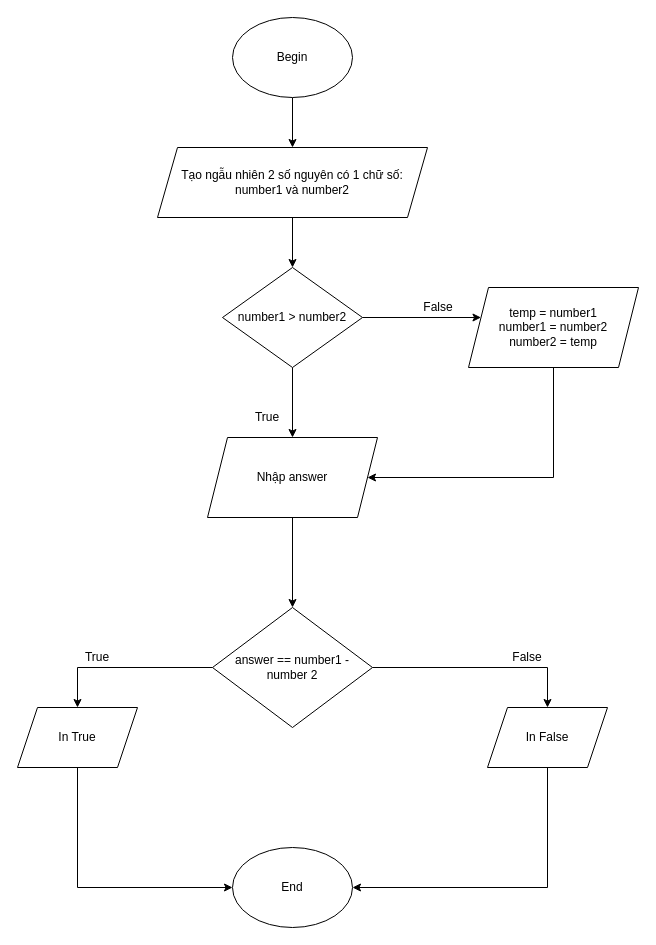
Before: BaiTap/src/SubtractionQuiz.drawio in lcnguyn23/JAVA_CoBan, a draw.io diagram. Source tidied: cells renumbered, new cells numbered last; positions are measured from the earlier drawing's top-left corner, leaving out a move shared by most shapes. Both pictures are drawn from the tidied source at 100%, with x=0, y=0 at pixel (17, 17).
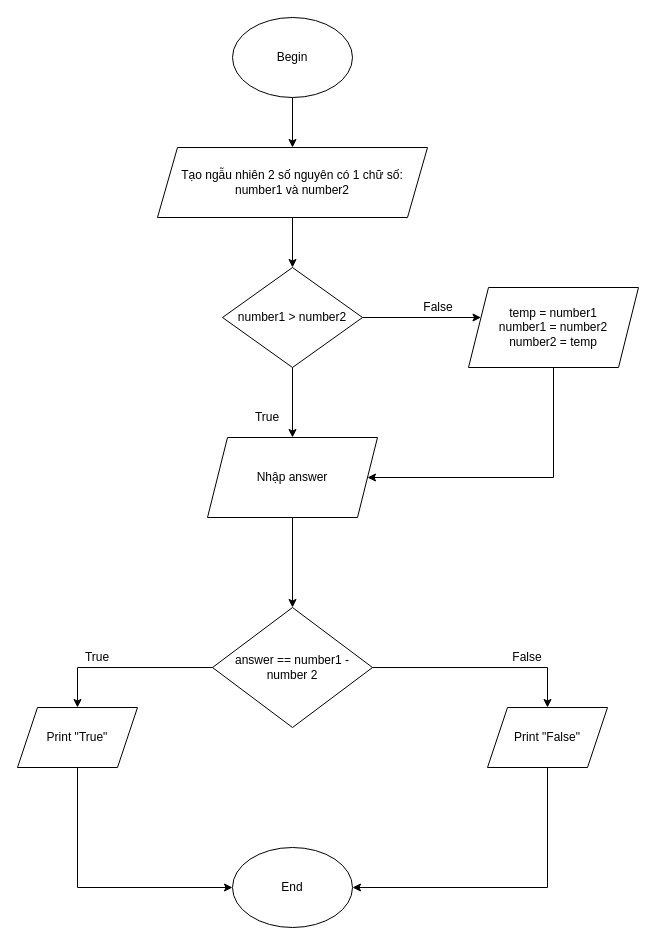
The same page after the edit.

What changed in the source:
```diff
@@
-    <mxCell id="19" value="In True" style="shape=parallelogram;perimeter=parallelogramPerimeter;whiteSpace=wrap;html=1;fixedSize=1;" parent="1" vertex="1">
+    <mxCell id="19" value="Print &quot;True&quot;" style="shape=parallelogram;perimeter=parallelogramPerimeter;whiteSpace=wrap;html=1;fixedSize=1;" parent="1" vertex="1">
       <mxGeometry y="690" width="120" height="60" as="geometry" />
     </mxCell>
@@
-    <mxCell id="21" value="In False" style="shape=parallelogram;perimeter=parallelogramPerimeter;whiteSpace=wrap;html=1;fixedSize=1;" parent="1" vertex="1">
+    <mxCell id="21" value="Print &quot;False&quot;" style="shape=parallelogram;perimeter=parallelogramPerimeter;whiteSpace=wrap;html=1;fixedSize=1;" parent="1" vertex="1">
       <mxGeometry x="470" y="690" width="120" height="60" as="geometry" />
     </mxCell>
```
